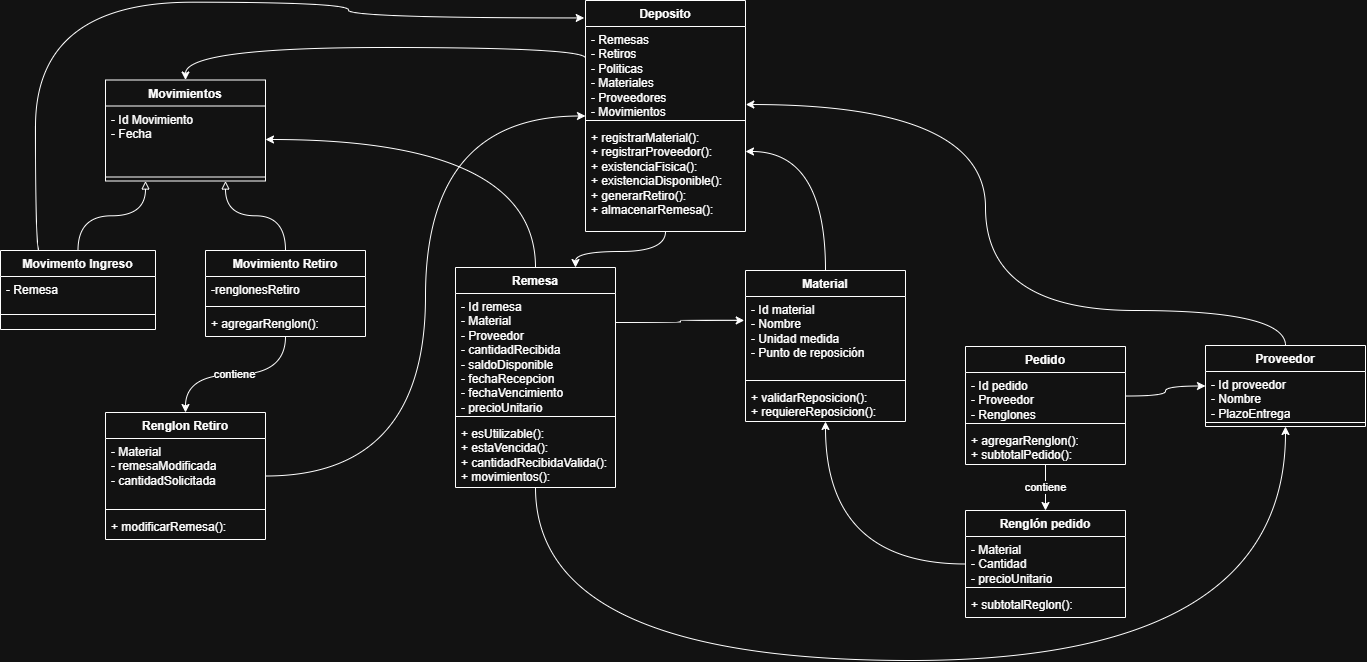
cmondrzak/tp-inventario-jit-trazabilidad keeps this draw.io diagram as UML-Inventario.drawio.png. Above is the earlier version. Source tidied: cells renumbered, new cells last; positions are measured from the earlier drawing's top-left corner, leaving out a move shared by most shapes. The source it was exported from:
```xml
<mxGraphModel>
  <root>
    <mxCell id="0" />
    <mxCell id="1" parent="0" />
    <mxCell id="2" style="edgeStyle=orthogonalEdgeStyle;rounded=0;jettySize=auto;html=1;exitX=0;exitY=0.25;exitDx=0;exitDy=0;entryX=0.5;entryY=0;entryDx=0;entryDy=0;curved=1;" parent="1" edge="1" source="4" target="25">
      <mxGeometry relative="1" as="geometry">
        <Array as="points">
          <mxPoint x="585" y="47" />
          <mxPoint x="185" y="47" />
        </Array>
      </mxGeometry>
    </mxCell>
    <mxCell id="3" style="edgeStyle=orthogonalEdgeStyle;rounded=0;jettySize=auto;html=1;exitX=0.5;exitY=1;exitDx=0;exitDy=0;entryX=0.75;entryY=0;entryDx=0;entryDy=0;curved=1;" parent="1" edge="1" source="4" target="15">
      <mxGeometry relative="1" as="geometry" />
    </mxCell>
    <mxCell id="4" value="Deposito" style="swimlane;fontStyle=1;align=center;verticalAlign=top;horizontal=1;startSize=26;whiteSpace=wrap;html=1;" parent="1" vertex="1">
      <mxGeometry x="585" width="160" height="231" as="geometry" />
    </mxCell>
    <mxCell id="5" value="- Remesas&lt;div&gt;- Retiros&lt;/div&gt;&lt;div&gt;- Politicas&lt;/div&gt;&lt;div&gt;- Materiales&lt;/div&gt;&lt;div&gt;- Proveedores&lt;/div&gt;&lt;div&gt;- Movimientos&lt;/div&gt;" style="text;strokeColor=none;fillColor=none;align=left;verticalAlign=top;spacingLeft=4;spacingRight=4;overflow=hidden;points=[[0,0.5],[1,0.5]];portConstraint=eastwest;whiteSpace=wrap;html=1;" parent="4" vertex="1">
      <mxGeometry y="26" width="160" height="90" as="geometry" />
    </mxCell>
    <mxCell id="6" style="line;strokeWidth=1;fillColor=none;align=left;verticalAlign=middle;spacingTop=-1;spacingLeft=3;spacingRight=3;labelPosition=right;strokeColor=inherit;" parent="4" vertex="1">
      <mxGeometry y="116" width="160" height="8" as="geometry" />
    </mxCell>
    <mxCell id="7" value="+ registrarMaterial():&lt;div&gt;+ registrarProveedor():&lt;/div&gt;&lt;div&gt;+ existenciaFisica():&lt;/div&gt;&lt;div&gt;+ existenciaDisponible():&lt;/div&gt;&lt;div&gt;+ generarRetiro():&lt;br&gt;&lt;/div&gt;&lt;div&gt;+ almacenarRemesa():&lt;/div&gt;" style="text;strokeColor=none;fillColor=none;align=left;verticalAlign=top;spacingLeft=4;spacingRight=4;overflow=hidden;whiteSpace=wrap;html=1;" parent="4" vertex="1">
      <mxGeometry y="124" width="160" height="107" as="geometry" />
    </mxCell>
    <mxCell id="8" style="edgeStyle=orthogonalEdgeStyle;rounded=0;jettySize=auto;html=1;exitX=0.5;exitY=0;exitDx=0;exitDy=0;entryX=1;entryY=0.5;entryDx=0;entryDy=0;curved=1;" parent="1" edge="1" source="9">
      <mxGeometry relative="1" as="geometry">
        <mxPoint x="745" y="151" as="targetPoint" />
        <Array as="points">
          <mxPoint x="825" y="151" />
        </Array>
      </mxGeometry>
    </mxCell>
    <mxCell id="9" value="Material" style="swimlane;fontStyle=1;align=center;verticalAlign=top;horizontal=1;startSize=26;whiteSpace=wrap;html=1;" parent="1" vertex="1">
      <mxGeometry x="745" y="270" width="160" height="151" as="geometry" />
    </mxCell>
    <mxCell id="10" value="- Id material&lt;div&gt;- Nombre&lt;/div&gt;&lt;div&gt;- Unidad medida&lt;/div&gt;&lt;div&gt;- Punto de reposición&lt;/div&gt;" style="text;strokeColor=none;fillColor=none;align=left;verticalAlign=top;spacingLeft=4;spacingRight=4;overflow=hidden;points=[[0,0.5],[1,0.5]];portConstraint=eastwest;whiteSpace=wrap;html=1;" parent="9" vertex="1">
      <mxGeometry y="26" width="160" height="80" as="geometry" />
    </mxCell>
    <mxCell id="11" style="line;strokeWidth=1;fillColor=none;align=left;verticalAlign=middle;spacingTop=-1;spacingLeft=3;spacingRight=3;labelPosition=right;strokeColor=inherit;" parent="9" vertex="1">
      <mxGeometry y="106" width="160" height="8" as="geometry" />
    </mxCell>
    <mxCell id="12" value="+ validarReposicion():&lt;div&gt;+ requiereReposicion():&amp;nbsp;&lt;/div&gt;" style="text;strokeColor=none;fillColor=none;align=left;verticalAlign=top;spacingLeft=4;spacingRight=4;overflow=hidden;whiteSpace=wrap;html=1;" parent="9" vertex="1">
      <mxGeometry y="114" width="160" height="37" as="geometry" />
    </mxCell>
    <mxCell id="13" style="edgeStyle=orthogonalEdgeStyle;rounded=0;jettySize=auto;html=1;exitX=0.5;exitY=0;exitDx=0;exitDy=0;entryX=1;entryY=0.5;entryDx=0;entryDy=0;curved=1;" parent="1" edge="1" source="15" target="26">
      <mxGeometry relative="1" as="geometry" />
    </mxCell>
    <mxCell id="14" style="edgeStyle=orthogonalEdgeStyle;rounded=0;jettySize=auto;html=1;exitX=0.5;exitY=1;exitDx=0;exitDy=0;entryX=0.5;entryY=1;entryDx=0;entryDy=0;curved=1;" parent="1" edge="1" source="15" target="44">
      <mxGeometry relative="1" as="geometry">
        <Array as="points">
          <mxPoint x="535" y="660" />
          <mxPoint x="1285" y="660" />
        </Array>
      </mxGeometry>
    </mxCell>
    <mxCell id="15" value="Remesa" style="swimlane;fontStyle=1;align=center;verticalAlign=top;horizontal=1;startSize=26;whiteSpace=wrap;html=1;" parent="1" vertex="1">
      <mxGeometry x="455" y="267" width="160" height="220" as="geometry" />
    </mxCell>
    <mxCell id="16" value="- Id remesa&lt;div&gt;- Material&lt;/div&gt;&lt;div&gt;- Proveedor&lt;/div&gt;&lt;div&gt;- cantidadRecibida&lt;/div&gt;&lt;div&gt;- saldoDisponible&lt;/div&gt;&lt;div&gt;- fechaRecepcion&lt;/div&gt;&lt;div&gt;- fechaVencimiento&lt;/div&gt;&lt;div&gt;- precioUnitario&lt;/div&gt;" style="text;strokeColor=none;fillColor=none;align=left;verticalAlign=top;spacingLeft=4;spacingRight=4;overflow=hidden;whiteSpace=wrap;html=1;" parent="15" vertex="1">
      <mxGeometry y="26" width="160" height="119" as="geometry" />
    </mxCell>
    <mxCell id="17" style="line;strokeWidth=1;fillColor=none;align=left;verticalAlign=middle;spacingTop=-1;spacingLeft=3;spacingRight=3;labelPosition=right;strokeColor=inherit;" parent="15" vertex="1">
      <mxGeometry y="145" width="160" height="8" as="geometry" />
    </mxCell>
    <mxCell id="18" value="&lt;div&gt;&lt;div&gt;+ esUtilizable():&amp;nbsp;&lt;div&gt;+ estaVencida():&lt;/div&gt;&lt;div&gt;+ cantidadRecibidaValida():&lt;/div&gt;&lt;/div&gt;&lt;/div&gt;&lt;div&gt;+ movimientos():&lt;/div&gt;" style="text;strokeColor=none;fillColor=none;align=left;verticalAlign=top;spacingLeft=4;spacingRight=4;overflow=hidden;whiteSpace=wrap;html=1;" parent="15" vertex="1">
      <mxGeometry y="153" width="160" height="67" as="geometry" />
    </mxCell>
    <mxCell id="19" style="edgeStyle=orthogonalEdgeStyle;rounded=0;jettySize=auto;html=1;exitX=1;exitY=0.5;exitDx=0;exitDy=0;entryX=0;entryY=0.5;entryDx=0;entryDy=0;curved=1;" parent="1" edge="1" source="22" target="44">
      <mxGeometry relative="1" as="geometry" />
    </mxCell>
    <mxCell id="20" value="contiene" style="edgeStyle=orthogonalEdgeStyle;rounded=0;jettySize=auto;html=1;exitX=0.5;exitY=1;exitDx=0;exitDy=0;entryX=0.5;entryY=0;entryDx=0;entryDy=0;" parent="1" edge="1" source="21" target="29">
      <mxGeometry relative="1" as="geometry" />
    </mxCell>
    <mxCell id="21" value="Pedido" style="swimlane;fontStyle=1;align=center;verticalAlign=top;horizontal=1;startSize=26;whiteSpace=wrap;html=1;" parent="1" vertex="1">
      <mxGeometry x="965" y="346" width="160" height="118" as="geometry" />
    </mxCell>
    <mxCell id="22" value="- Id pedido&lt;div&gt;- Proveedor&lt;/div&gt;&lt;div&gt;- Renglones&lt;/div&gt;" style="text;strokeColor=none;fillColor=none;align=left;verticalAlign=top;spacingLeft=4;spacingRight=4;overflow=hidden;points=[[0,0.5],[1,0.5]];portConstraint=eastwest;whiteSpace=wrap;html=1;" parent="21" vertex="1">
      <mxGeometry y="26" width="160" height="47" as="geometry" />
    </mxCell>
    <mxCell id="23" style="line;strokeWidth=1;fillColor=none;align=left;verticalAlign=middle;spacingTop=-1;spacingLeft=3;spacingRight=3;labelPosition=right;strokeColor=inherit;" parent="21" vertex="1">
      <mxGeometry y="73" width="160" height="8" as="geometry" />
    </mxCell>
    <mxCell id="24" value="+ agregarRenglon():&lt;div&gt;+ subtotalPedido():&lt;br&gt;&lt;/div&gt;" style="text;strokeColor=none;fillColor=none;align=left;verticalAlign=top;spacingLeft=4;spacingRight=4;overflow=hidden;whiteSpace=wrap;html=1;" parent="21" vertex="1">
      <mxGeometry y="81" width="160" height="37" as="geometry" />
    </mxCell>
    <mxCell id="25" value="Movimientos" style="swimlane;fontStyle=1;align=center;verticalAlign=top;horizontal=1;startSize=26;whiteSpace=wrap;html=1;" parent="1" vertex="1">
      <mxGeometry x="105" y="79.5" width="160" height="101" as="geometry" />
    </mxCell>
    <mxCell id="26" value="&lt;div&gt;- Id Movimiento&lt;br&gt;&lt;/div&gt;- Fecha&lt;div&gt;&lt;br&gt;&lt;/div&gt;" style="text;strokeColor=none;fillColor=none;align=left;verticalAlign=top;spacingLeft=4;spacingRight=4;overflow=hidden;points=[[0,0.5],[1,0.5]];portConstraint=eastwest;whiteSpace=wrap;html=1;" parent="25" vertex="1">
      <mxGeometry y="26" width="160" height="67" as="geometry" />
    </mxCell>
    <mxCell id="27" style="line;strokeWidth=1;fillColor=none;align=left;verticalAlign=middle;spacingTop=-1;spacingLeft=3;spacingRight=3;labelPosition=right;strokeColor=inherit;" parent="25" vertex="1">
      <mxGeometry y="93" width="160" height="8" as="geometry" />
    </mxCell>
    <mxCell id="28" style="edgeStyle=orthogonalEdgeStyle;rounded=0;jettySize=auto;html=1;exitX=0;exitY=0.5;exitDx=0;exitDy=0;entryX=0.5;entryY=1;entryDx=0;entryDy=0;curved=1;" parent="1" edge="1" source="29" target="9">
      <mxGeometry relative="1" as="geometry" />
    </mxCell>
    <mxCell id="29" value="Renglón pedido" style="swimlane;fontStyle=1;align=center;verticalAlign=top;horizontal=1;startSize=26;whiteSpace=wrap;html=1;" parent="1" vertex="1">
      <mxGeometry x="965" y="510" width="160" height="107" as="geometry" />
    </mxCell>
    <mxCell id="30" value="- Material&amp;nbsp;&lt;div&gt;- Cantidad&lt;/div&gt;&lt;div&gt;- precioUnitario&lt;/div&gt;" style="text;strokeColor=none;fillColor=none;align=left;verticalAlign=top;spacingLeft=4;spacingRight=4;overflow=hidden;whiteSpace=wrap;html=1;" parent="29" vertex="1">
      <mxGeometry y="26" width="160" height="47" as="geometry" />
    </mxCell>
    <mxCell id="31" style="line;strokeWidth=1;fillColor=none;align=left;verticalAlign=middle;spacingTop=-1;spacingLeft=3;spacingRight=3;labelPosition=right;strokeColor=inherit;" parent="29" vertex="1">
      <mxGeometry y="73" width="160" height="8" as="geometry" />
    </mxCell>
    <mxCell id="32" value="+ subtotalReglon():" style="text;strokeColor=none;fillColor=none;align=left;verticalAlign=top;spacingLeft=4;spacingRight=4;overflow=hidden;whiteSpace=wrap;html=1;" parent="29" vertex="1">
      <mxGeometry y="81" width="160" height="26" as="geometry" />
    </mxCell>
    <mxCell id="33" style="edgeStyle=orthogonalEdgeStyle;rounded=0;jettySize=auto;html=1;exitX=0.5;exitY=0;exitDx=0;exitDy=0;entryX=0.75;entryY=1;entryDx=0;entryDy=0;curved=1;endArrow=block;endFill=0;" parent="1" edge="1" source="35" target="25">
      <mxGeometry relative="1" as="geometry" />
    </mxCell>
    <mxCell id="34" value="contiene" style="edgeStyle=orthogonalEdgeStyle;rounded=0;jettySize=auto;html=1;exitX=0.5;exitY=1;exitDx=0;exitDy=0;entryX=0.5;entryY=0;entryDx=0;entryDy=0;curved=1;" parent="1" edge="1" source="35" target="48">
      <mxGeometry relative="1" as="geometry" />
    </mxCell>
    <mxCell id="35" value="Movimiento Retiro" style="swimlane;fontStyle=1;align=center;verticalAlign=top;horizontal=1;startSize=26;whiteSpace=wrap;html=1;" parent="1" vertex="1">
      <mxGeometry x="205" y="250" width="160" height="86" as="geometry" />
    </mxCell>
    <mxCell id="36" value="-renglonesRetiro" style="text;strokeColor=none;fillColor=none;align=left;verticalAlign=top;spacingLeft=4;spacingRight=4;overflow=hidden;whiteSpace=wrap;html=1;" parent="35" vertex="1">
      <mxGeometry y="26" width="160" height="26" as="geometry" />
    </mxCell>
    <mxCell id="37" style="line;strokeWidth=1;fillColor=none;align=left;verticalAlign=middle;spacingTop=-1;spacingLeft=3;spacingRight=3;labelPosition=right;strokeColor=inherit;" parent="35" vertex="1">
      <mxGeometry y="52" width="160" height="8" as="geometry" />
    </mxCell>
    <mxCell id="38" value="+ agregarRenglon():" style="text;strokeColor=none;fillColor=none;align=left;verticalAlign=top;spacingLeft=4;spacingRight=4;overflow=hidden;whiteSpace=wrap;html=1;" parent="35" vertex="1">
      <mxGeometry y="60" width="160" height="26" as="geometry" />
    </mxCell>
    <mxCell id="39" style="edgeStyle=orthogonalEdgeStyle;rounded=0;jettySize=auto;html=1;exitX=0.5;exitY=0;exitDx=0;exitDy=0;entryX=0.25;entryY=1;entryDx=0;entryDy=0;curved=1;endArrow=block;endFill=0;" parent="1" edge="1" source="40" target="25">
      <mxGeometry relative="1" as="geometry" />
    </mxCell>
    <mxCell id="40" value="Movimento Ingreso" style="swimlane;fontStyle=1;align=center;verticalAlign=top;horizontal=1;startSize=26;whiteSpace=wrap;html=1;" parent="1" vertex="1">
      <mxGeometry y="250" width="155" height="79" as="geometry" />
    </mxCell>
    <mxCell id="41" value="&lt;div&gt;- Remesa&lt;/div&gt;" style="text;strokeColor=none;fillColor=none;align=left;verticalAlign=top;spacingLeft=4;spacingRight=4;overflow=hidden;whiteSpace=wrap;html=1;" parent="40" vertex="1">
      <mxGeometry y="26" width="155" height="23" as="geometry" />
    </mxCell>
    <mxCell id="42" style="line;strokeWidth=1;fillColor=none;align=left;verticalAlign=middle;spacingTop=-1;spacingLeft=3;spacingRight=3;labelPosition=right;strokeColor=inherit;" parent="40" vertex="1">
      <mxGeometry y="49" width="155" height="30" as="geometry" />
    </mxCell>
    <mxCell id="43" style="edgeStyle=orthogonalEdgeStyle;rounded=0;jettySize=auto;html=1;exitX=0.5;exitY=0;exitDx=0;exitDy=0;curved=1;entryX=1.002;entryY=0.867;entryDx=0;entryDy=0;entryPerimeter=0;" parent="1" edge="1" source="44" target="5">
      <mxGeometry relative="1" as="geometry">
        <Array as="points">
          <mxPoint x="1285" y="310" />
          <mxPoint x="985" y="310" />
          <mxPoint x="985" y="104" />
        </Array>
      </mxGeometry>
    </mxCell>
    <mxCell id="44" value="Proveedor" style="swimlane;fontStyle=1;align=center;verticalAlign=top;horizontal=1;startSize=26;whiteSpace=wrap;html=1;" parent="1" vertex="1">
      <mxGeometry x="1205" y="345" width="160" height="81" as="geometry" />
    </mxCell>
    <mxCell id="45" value="- Id proveedor&lt;div&gt;- Nombre&lt;/div&gt;&lt;div&gt;- PlazoEntrega&lt;/div&gt;" style="text;strokeColor=none;fillColor=none;align=left;verticalAlign=top;spacingLeft=4;spacingRight=4;overflow=hidden;whiteSpace=wrap;html=1;" parent="44" vertex="1">
      <mxGeometry y="26" width="160" height="47" as="geometry" />
    </mxCell>
    <mxCell id="46" style="line;strokeWidth=1;fillColor=none;align=left;verticalAlign=middle;spacingTop=-1;spacingLeft=3;spacingRight=3;labelPosition=right;strokeColor=inherit;" parent="44" vertex="1">
      <mxGeometry y="73" width="160" height="8" as="geometry" />
    </mxCell>
    <mxCell id="47" style="edgeStyle=orthogonalEdgeStyle;rounded=0;jettySize=auto;html=1;exitX=1;exitY=0.5;exitDx=0;exitDy=0;entryX=0;entryY=0.5;entryDx=0;entryDy=0;curved=1;" parent="1" edge="1" source="48" target="4">
      <mxGeometry relative="1" as="geometry" />
    </mxCell>
    <mxCell id="48" value="Renglon Retiro" style="swimlane;fontStyle=1;align=center;verticalAlign=top;horizontal=1;startSize=26;whiteSpace=wrap;html=1;" parent="1" vertex="1">
      <mxGeometry x="105" y="412" width="160" height="127" as="geometry" />
    </mxCell>
    <mxCell id="49" value="- Material&lt;div&gt;- remesaModificada&lt;/div&gt;&lt;div&gt;- cantidadSolicitada&lt;/div&gt;" style="text;strokeColor=none;fillColor=none;align=left;verticalAlign=top;spacingLeft=4;spacingRight=4;overflow=hidden;whiteSpace=wrap;html=1;" parent="48" vertex="1">
      <mxGeometry y="26" width="160" height="67" as="geometry" />
    </mxCell>
    <mxCell id="50" style="line;strokeWidth=1;fillColor=none;align=left;verticalAlign=middle;spacingTop=-1;spacingLeft=3;spacingRight=3;labelPosition=right;strokeColor=inherit;" parent="48" vertex="1">
      <mxGeometry y="93" width="160" height="8" as="geometry" />
    </mxCell>
    <mxCell id="51" value="+ modificarRemesa():" style="text;strokeColor=none;fillColor=none;align=left;verticalAlign=top;spacingLeft=4;spacingRight=4;overflow=hidden;whiteSpace=wrap;html=1;" parent="48" vertex="1">
      <mxGeometry y="101" width="160" height="26" as="geometry" />
    </mxCell>
    <mxCell id="52" style="edgeStyle=orthogonalEdgeStyle;rounded=0;jettySize=auto;html=1;exitX=1;exitY=0.25;exitDx=0;exitDy=0;entryX=-0.008;entryY=0.299;entryDx=0;entryDy=0;entryPerimeter=0;curved=1;" parent="1" edge="1" source="15" target="10">
      <mxGeometry relative="1" as="geometry" />
    </mxCell>
    <mxCell id="53" style="edgeStyle=orthogonalEdgeStyle;rounded=0;jettySize=auto;html=1;exitX=0.25;exitY=0;exitDx=0;exitDy=0;curved=1;" parent="1" edge="1" source="40">
      <mxGeometry relative="1" as="geometry">
        <mxPoint x="583.7" y="17.4" as="targetPoint" />
        <Array as="points">
          <mxPoint x="35" y="1.7" />
          <mxPoint x="348" y="1.7" />
          <mxPoint x="348" y="17.4" />
        </Array>
      </mxGeometry>
    </mxCell>
  </root>
</mxGraphModel>
```
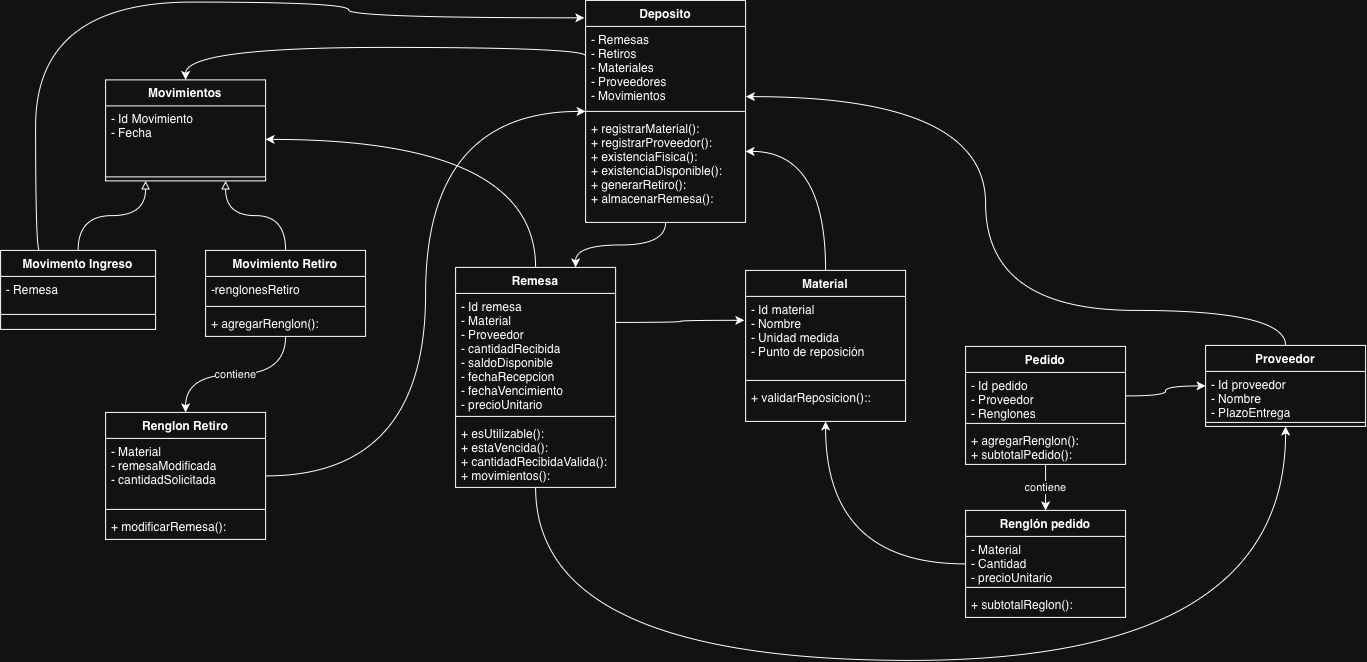
After the change.

Change to the diagram source:
```diff
@@ -14,16 +14,16 @@
       <mxGeometry relative="1" as="geometry" />
     </mxCell>
     <mxCell id="4" value="Deposito" style="swimlane;fontStyle=1;align=center;verticalAlign=top;horizontal=1;startSize=26;whiteSpace=wrap;html=1;" parent="1" vertex="1">
-      <mxGeometry x="585" width="160" height="231" as="geometry" />
+      <mxGeometry x="585" width="160" height="222" as="geometry" />
     </mxCell>
-    <mxCell id="5" value="- Remesas&lt;div&gt;- Retiros&lt;/div&gt;&lt;div&gt;- Politicas&lt;/div&gt;&lt;div&gt;- Materiales&lt;/div&gt;&lt;div&gt;- Proveedores&lt;/div&gt;&lt;div&gt;- Movimientos&lt;/div&gt;" style="text;strokeColor=none;fillColor=none;align=left;verticalAlign=top;spacingLeft=4;spacingRight=4;overflow=hidden;points=[[0,0.5],[1,0.5]];portConstraint=eastwest;whiteSpace=wrap;html=1;" parent="4" vertex="1">
-      <mxGeometry y="26" width="160" height="90" as="geometry" />
+    <mxCell id="5" value="- Remesas&lt;div&gt;- Retiros&lt;/div&gt;&lt;div&gt;- Materiales&lt;/div&gt;&lt;div&gt;- Proveedores&lt;/div&gt;&lt;div&gt;- Movimientos&lt;/div&gt;" style="text;strokeColor=none;fillColor=none;align=left;verticalAlign=top;spacingLeft=4;spacingRight=4;overflow=hidden;points=[[0,0.5],[1,0.5]];portConstraint=eastwest;whiteSpace=wrap;html=1;" parent="4" vertex="1">
+      <mxGeometry y="26" width="160" height="81" as="geometry" />
     </mxCell>
     <mxCell id="6" style="line;strokeWidth=1;fillColor=none;align=left;verticalAlign=middle;spacingTop=-1;spacingLeft=3;spacingRight=3;labelPosition=right;strokeColor=inherit;" parent="4" vertex="1">
-      <mxGeometry y="116" width="160" height="8" as="geometry" />
+      <mxGeometry y="107" width="160" height="8" as="geometry" />
     </mxCell>
     <mxCell id="7" value="+ registrarMaterial():&lt;div&gt;+ registrarProveedor():&lt;/div&gt;&lt;div&gt;+ existenciaFisica():&lt;/div&gt;&lt;div&gt;+ existenciaDisponible():&lt;/div&gt;&lt;div&gt;+ generarRetiro():&lt;br&gt;&lt;/div&gt;&lt;div&gt;+ almacenarRemesa():&lt;/div&gt;" style="text;strokeColor=none;fillColor=none;align=left;verticalAlign=top;spacingLeft=4;spacingRight=4;overflow=hidden;whiteSpace=wrap;html=1;" parent="4" vertex="1">
-      <mxGeometry y="124" width="160" height="107" as="geometry" />
+      <mxGeometry y="115" width="160" height="107" as="geometry" />
     </mxCell>
     <mxCell id="8" style="edgeStyle=orthogonalEdgeStyle;rounded=0;jettySize=auto;html=1;exitX=0.5;exitY=0;exitDx=0;exitDy=0;entryX=1;entryY=0.5;entryDx=0;entryDy=0;curved=1;" parent="1" edge="1" source="9">
       <mxGeometry relative="1" as="geometry">
@@ -42,7 +42,7 @@
     <mxCell id="11" style="line;strokeWidth=1;fillColor=none;align=left;verticalAlign=middle;spacingTop=-1;spacingLeft=3;spacingRight=3;labelPosition=right;strokeColor=inherit;" parent="9" vertex="1">
       <mxGeometry y="106" width="160" height="8" as="geometry" />
     </mxCell>
-    <mxCell id="12" value="+ validarReposicion():&lt;div&gt;+ requiereReposicion():&amp;nbsp;&lt;/div&gt;" style="text;strokeColor=none;fillColor=none;align=left;verticalAlign=top;spacingLeft=4;spacingRight=4;overflow=hidden;whiteSpace=wrap;html=1;" parent="9" vertex="1">
+    <mxCell id="12" value="+ validarReposicion()::&amp;nbsp;" style="text;strokeColor=none;fillColor=none;align=left;verticalAlign=top;spacingLeft=4;spacingRight=4;overflow=hidden;whiteSpace=wrap;html=1;" parent="9" vertex="1">
       <mxGeometry y="114" width="160" height="37" as="geometry" />
     </mxCell>
     <mxCell id="13" style="edgeStyle=orthogonalEdgeStyle;rounded=0;jettySize=auto;html=1;exitX=0.5;exitY=0;exitDx=0;exitDy=0;entryX=1;entryY=0.5;entryDx=0;entryDy=0;curved=1;" parent="1" edge="1" source="15" target="26">
@@ -145,7 +145,7 @@
         <Array as="points">
           <mxPoint x="1285" y="310" />
           <mxPoint x="985" y="310" />
-          <mxPoint x="985" y="104" />
+          <mxPoint x="985" y="96.2" />
         </Array>
       </mxGeometry>
     </mxCell>
```
